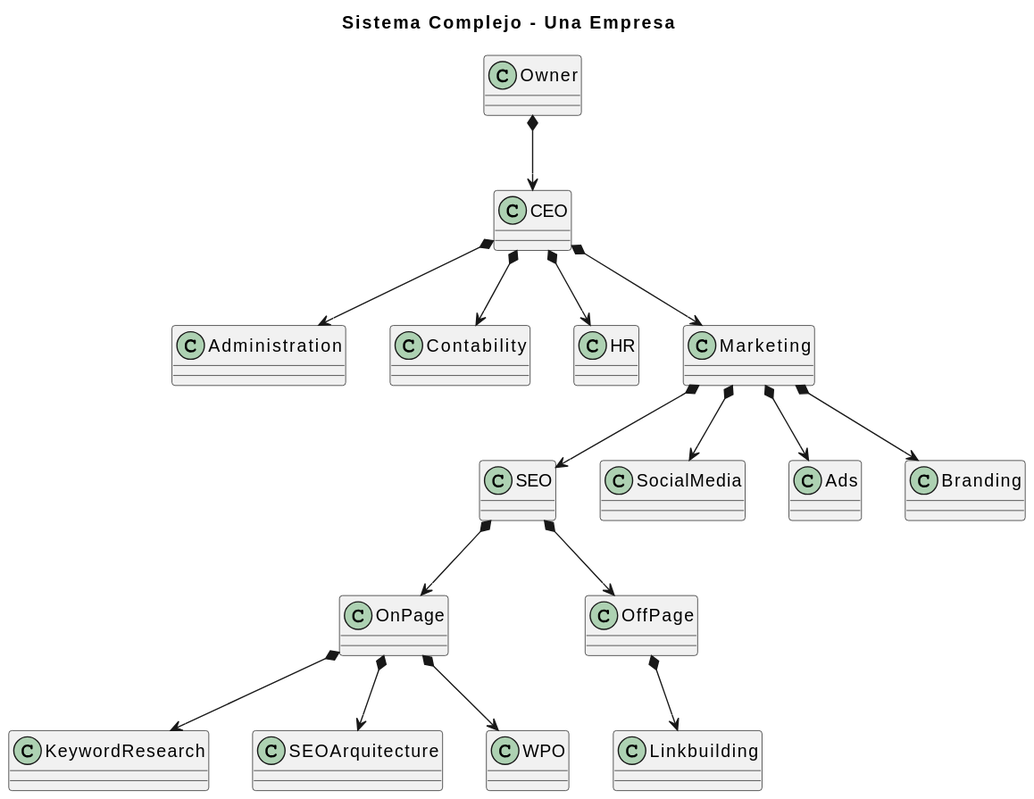
The PlantUML diagram Complejidad/Ejercicios Tema Complejidad/ejercicio-complejidad-ejemplo-jerarquia-sistema-complejo.svg in BernatQI/Master-Programacion-Diseno-Software, before a commit. Its diagram source:
```plantuml
@startuml
Title Sistema Complejo - Una Empresa

class Owner

class CEO

class Administration
class Contability
class HR
class Marketing

class SEO
class SocialMedia
class Ads
class Branding

class OnPage
class OffPage

class KeywordResearch
class SEOArquitecture
class WPO
class Linkbuilding


Owner *-down-> CEO

CEO *-down-> Administration
CEO *-down-> Contability
CEO *-down-> HR
CEO *-down-> Marketing

Marketing *-down-> SEO
Marketing *-down-> SocialMedia
Marketing *-down-> Ads
Marketing *-down-> Branding

SEO *-down-> OnPage
SEO *-down-> OffPage

OnPage *-down-> KeywordResearch
OnPage *-down-> SEOArquitecture
OnPage *-down-> WPO

OffPage *-down-> Linkbuilding
@enduml
```
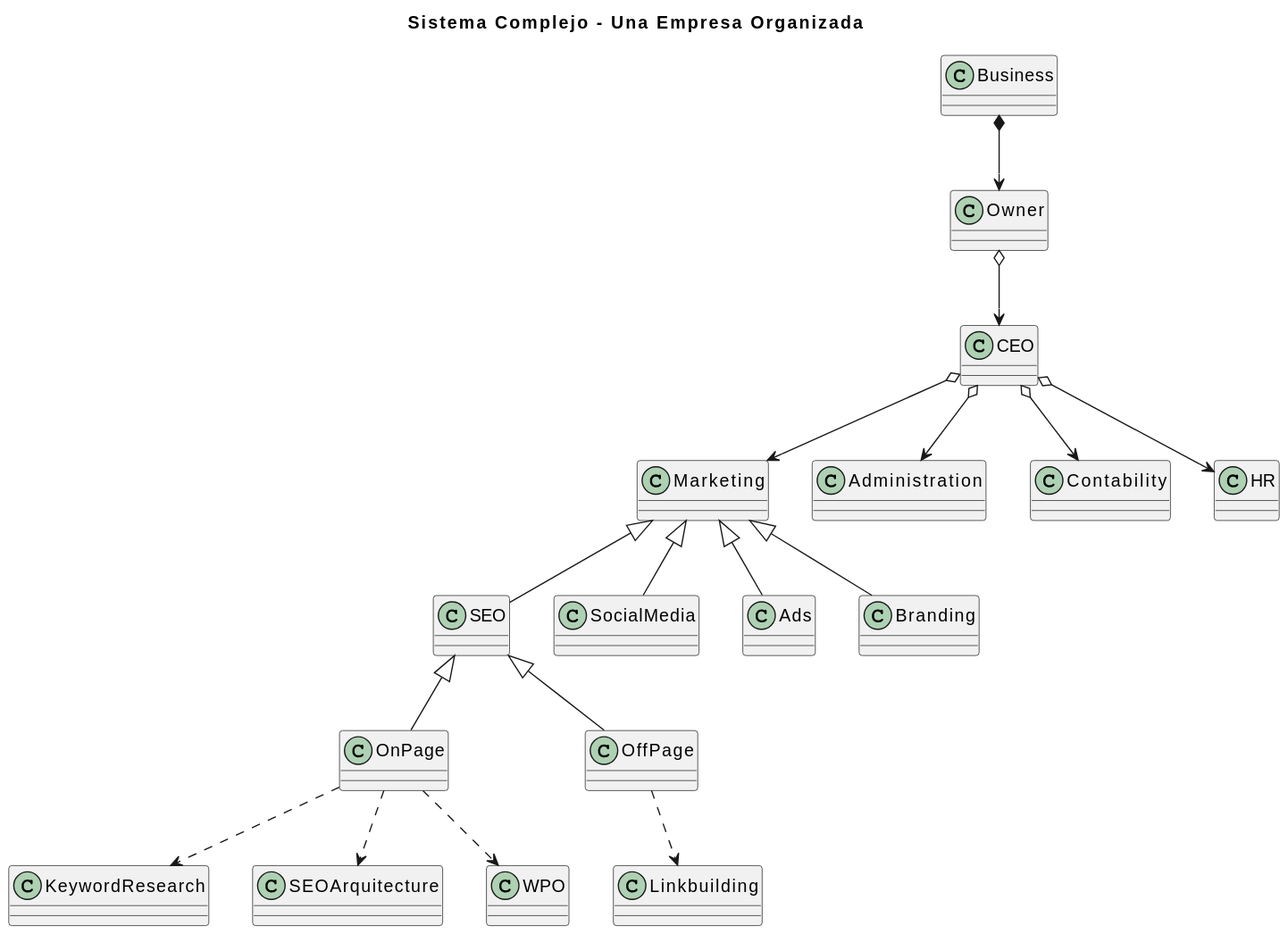
After the change.

The edit, as a diff of the source:
```diff
@@ -1,5 +1,7 @@
 @startuml
-Title Sistema Complejo - Una Empresa
+Title Sistema Complejo - Una Empresa Organizada
+
+class Business
 
 class Owner
 
@@ -23,25 +25,26 @@
 class WPO
 class Linkbuilding
 
+Business *-down-> Owner
 
-Owner *-down-> CEO
+Owner o-down-> CEO
 
-CEO *-down-> Administration
-CEO *-down-> Contability
-CEO *-down-> HR
-CEO *-down-> Marketing
+CEO o-down-> Administration
+CEO o-down-> Contability
+CEO o-down-> HR
+CEO o-down-> Marketing
 
-Marketing *-down-> SEO
-Marketing *-down-> SocialMedia
-Marketing *-down-> Ads
-Marketing *-down-> Branding
+SEO -up-|> Marketing
+SocialMedia -up-|> Marketing
+Ads -up-|> Marketing
+Branding -up-|> Marketing
 
-SEO *-down-> OnPage
-SEO *-down-> OffPage
+OnPage -up-|> SEO
+OffPage -up-|> SEO
 
-OnPage *-down-> KeywordResearch
-OnPage *-down-> SEOArquitecture
-OnPage *-down-> WPO
+OnPage .down.> KeywordResearch
+OnPage .down.> SEOArquitecture
+OnPage .down.> WPO
 
-OffPage *-down-> Linkbuilding
+OffPage .down.> Linkbuilding
 @enduml
```
